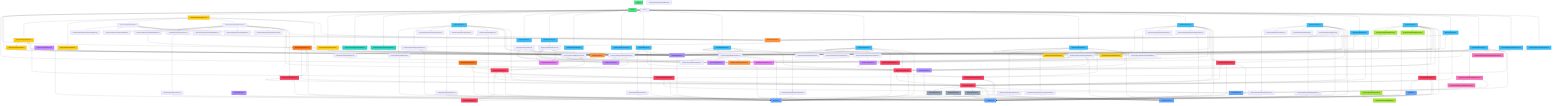
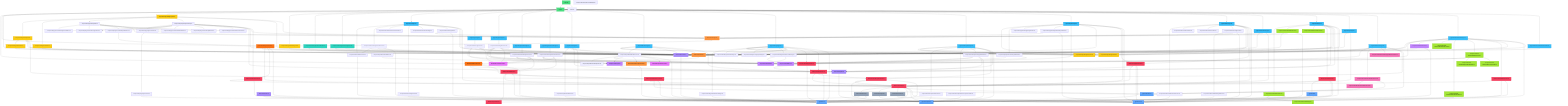
graph TD
    %% Entry Point
    main["main.tsx"]
    app["App.tsx"]

    %% Types
    user["types/user.ts"]
    music["types/music.ts"]
    sub["types/subscription.ts"]
    notifType["types/notification.ts"]
    artistType["types/artist.ts"]

    %% Constants
    routes["lib/constants/routes.ts"]
    plans["lib/constants/plans.ts"]
    roles["lib/constants/roles.ts"]

    %% Context
    authCtx["lib/context/AuthContext.tsx"]
    playerCtx["lib/context/PlayerContext.tsx"]

    %% Hooks
    useAuth["lib/hooks/useAuth.ts"]
    usePlayer["lib/hooks/usePlayer.ts"]
    useSubLimits["lib/hooks/useSubscriptionLimits.ts"]

    %% Services
    storage["lib/services/storage.ts"]
    authSvc["lib/services/authService.ts"]
    userSvc["lib/services/userService.ts"]
    subSvc["lib/services/subscriptionService.ts"]
    streamSvc["lib/services/streamService.ts"]
    playlistSvc["lib/services/playlistService.ts"]
    settingsSvc["lib/services/settingsService.ts"]
    passwordSvc["lib/services/password.ts"]
    notifSvc["lib/services/notificationService.ts"]
    artistSvc["lib/services/artistService.ts"]
+     artistWorkSvc["lib/services/artistWorkService.ts"]

    %% Mock Data
    mockUsers["lib/mockData/users.ts"]
    mockPlans["lib/mockData/plans.ts"]
    mockMusic["lib/mockData/music.ts"]

    %% Validation
    authSchema["lib/validation/authSchemas.ts"]
    profileSchema["lib/validation/profileSchemas.ts"]

    %% Layout Components
    appLayout["components/layout/AppLayout.tsx"]
    authLayout["components/layout/AuthLayout.tsx"]
    topNav["components/layout/TopNav.tsx"]
    sidebar["components/layout/Sidebar.tsx"]
    navItems["components/layout/navItems.ts"]
    pageHeader["components/layout/PageHeader.tsx"]
    pageShell["components/layout/PageShell.tsx"]

    %% Routing Components
    protectedRoute["components/routing/ProtectedRoute.tsx"]
    guestRoute["components/routing/GuestOnlyRoute.tsx"]

    %% UI Components
    button["components/ui/Button.tsx"]
    input["components/ui/Input.tsx"]
    modal["components/ui/Modal.tsx"]
    roleGuard["components/ui/RoleGuard.tsx"]

    %% Auth Components
    loginForm["components/auth/LoginForm.tsx"]
    registerForm["components/auth/RegisterForm.tsx"]
    artistRegForm["components/auth/ArtistRegisterForm.tsx"]
    forgotPwForm["components/auth/ForgotPasswordForm.tsx"]

    %% Home Components
    albumCard["components/home/AlbumCard.tsx"]
    playlistCard["components/home/PlaylistCard.tsx"]
    songRow["components/home/SongRow.tsx"]
    sectionHeading["components/home/SectionHeading.tsx"]
    hScroll["components/home/HorizontalCardScroller.tsx"]
    earlyBanner["components/home/EarlyAccessBanner.tsx"]

    %% Player Components
    playerBar["components/player/PlayerBar.tsx"]
    playerOverlay["components/player/PlayerOverlay.tsx"]
    queuePanel["components/player/QueuePanel.tsx"]
    queueItem["components/player/QueueItem.tsx"]
    playPause["components/player/controls/PlayPauseButton.tsx"]
    progressBar["components/player/controls/ProgressBar.tsx"]
    repeatBtn["components/player/controls/RepeatButton.tsx"]
    shuffleBtn["components/player/controls/ShuffleButton.tsx"]
    skipBtn["components/player/controls/SkipButton.tsx"]
    volCtrl["components/player/controls/VolumeControl.tsx"]

    %% Album Components
    albumCardArchive["components/albums/AlbumCardArchive.tsx"]
    singleCard["components/albums/SingleCard.tsx"]
    searchBar["components/albums/SearchBar.tsx"]
    filterSort["components/albums/FilterSortBar.tsx"]
    addToPlaylist["components/albums/AddToPlaylistMenu.tsx"]

    %% Playlist Components
    createPlaylistModal["components/playlists/CreatePlaylistModal.tsx"]
    emptyPlaylist["components/playlists/EmptyPlaylistState.tsx"]
    playlistExpandable["components/playlists/PlaylistCardExpandable.tsx"]

    %% Profile Components
    profileCard["components/profile/ProfileCard.tsx"]
    editProfileForm["components/profile/EditProfileForm.tsx"]
    avatarUploader["components/profile/AvatarUploader.tsx"]
    followBtn["components/profile/FollowButton.tsx"]

    %% Settings Components
    notifSettings["components/settings/NotificationSettings.tsx"]
    soundSettings["components/settings/SoundSettings.tsx"]
    langSettings["components/settings/LanguageSettings.tsx"]
    deleteDialog["components/settings/DeleteAccountDialog.tsx"]

    %% Subscription Components
    planCard["components/subscription/PlanCard.tsx"]
    planTable["components/subscription/PlanComparisonTable.tsx"]
    upgradeModal["components/subscription/UpgradeModal.tsx"]
    limitBadge["components/subscription/LimitBadge.tsx"]

    %% Notification Components
    notifCard["components/notifications/NotificationCard.tsx"]
    notifList["components/notifications/NotificationList.tsx"]
    notifEmpty["components/notifications/EmptyNotificationsState.tsx"]

    %% Artist Components
    artistHeader["components/artist/ArtistHeader.tsx"]
    verifiedBadge["components/artist/VerifiedBadge.tsx"]
    artistWorks["components/artist/ArtistWorksList.tsx"]
    artistStats["components/artist/ArtistStatsPanel.tsx"]
+ 
+     %% Artist Dashboard Components
+     artistDashStats["components/artist-dashboard/ArtistStatsCards.tsx"]
+     artistDashTable["components/artist-dashboard/ArtistWorksTable.tsx"]
+     workForm["components/artist-dashboard/WorkForm.tsx"]
+     uploadAudio["components/artist-dashboard/UploadAudioMock.tsx"]
+     coverUploader["components/artist-dashboard/CoverUploader.tsx"]

    %% Pages
    homePage["pages/HomePage.tsx"]
    loginPage["pages/LoginPage.tsx"]
    registerPage["pages/RegisterPage.tsx"]
    artistRegPage["pages/RegisterArtistPage.tsx"]
    forgotPwPage["pages/ForgotPasswordPage.tsx"]
    profilePage["pages/ProfilePage.tsx"]
    editProfilePage["pages/EditProfilePage.tsx"]
    settingsPage["pages/SettingsPage.tsx"]
    subPage["pages/SubscriptionPage.tsx"]
    playlistsPage["pages/PlaylistsPage.tsx"]
    albumsPage["pages/AlbumsPage.tsx"]
    albumDetailPage["pages/AlbumDetailPage.tsx"]
    artistPage["pages/ArtistPage.tsx"]
    playerPage["pages/PlayerPage.tsx"]
-     artistDash["pages/ArtistDashboardPlaceholder.tsx"]
+     artistDash["pages/ArtistDashboardPage.tsx"]
    adminDash["pages/AdminDashboardPlaceholder.tsx"]
    notifPage["pages/NotificationsPage.tsx"]

    %% === ENTRY FLOW ===
    main --> app
    main --> indexCss["index.css"]
    app --> authCtx
    app --> playerCtx
    app --> routes
    app --> appLayout
    app --> authLayout
    app --> protectedRoute
    app --> guestRoute
    app --> homePage
    app --> loginPage
    app --> registerPage
    app --> artistRegPage
    app --> forgotPwPage
    app --> profilePage
    app --> editProfilePage
    app --> settingsPage
    app --> subPage
    app --> playlistsPage
    app --> albumsPage
    app --> albumDetailPage
    app --> artistPage
    app --> playerPage
    app --> notifPage
    app --> artistDash
    app --> adminDash

    %% === CONTEXT DEPENDENCIES ===
    authCtx --> authSvc
    authCtx --> userSvc
    authCtx --> notifSvc
    authCtx --> user
    playerCtx --> useAuth
    playerCtx --> storage
    playerCtx --> streamSvc
    playerCtx --> music

    %% === HOOKS ===
    useAuth --> authCtx
    usePlayer --> playerCtx
    useSubLimits --> plans
    useSubLimits --> user

    %% === SERVICE DEPENDENCIES ===
    authSvc --> passwordSvc
    authSvc --> storage
    authSvc --> notifSvc
    authSvc --> user
    userSvc --> storage
    userSvc --> subSvc
    userSvc --> user
    subSvc --> storage
    subSvc --> sub
    subSvc --> user
    streamSvc --> storage
    streamSvc --> user
    playlistSvc --> storage
    playlistSvc --> plans
    playlistSvc --> music
    playlistSvc --> user
    settingsSvc --> userSvc
    settingsSvc --> user
    notifSvc --> storage
    notifSvc --> notifType
    notifSvc --> user
    storage --> mockUsers
    storage --> mockPlans
    storage --> mockMusic
    storage --> user
    storage --> sub
    storage --> music
    storage --> notifType
    mockUsers --> passwordSvc
    mockUsers --> user
    mockPlans --> sub
    mockMusic --> music

    %% === CONSTANTS ===
    plans --> sub
    roles --> user
    routes --> user

    %% === LAYOUT COMPONENTS ===
    appLayout --> topNav
    appLayout --> sidebar
    appLayout --> playerBar
    appLayout --> playerOverlay
    appLayout --> useAuth
    appLayout --> usePlayer
    topNav --> navItems
    topNav --> routes
    topNav --> useAuth
    topNav --> notifSvc
    sidebar --> routes
    authLayout --> routes
    navItems --> routes

    %% === ROUTING ===
    protectedRoute --> routes
    protectedRoute --> useAuth
    guestRoute --> routes
    guestRoute --> useAuth

    %% === UI ===
    roleGuard --> useAuth
    roleGuard --> user

    %% === AUTH FORMS ===
    loginForm --> button
    loginForm --> input
    loginForm --> routes
    loginForm --> useAuth
    loginForm --> authSchema
    registerForm --> button
    registerForm --> input
    registerForm --> modal
    registerForm --> routes
    registerForm --> useAuth
    registerForm --> authSchema
    artistRegForm --> button
    artistRegForm --> input
    artistRegForm --> authSvc
    artistRegForm --> authSchema
    forgotPwForm --> button
    forgotPwForm --> input
    forgotPwForm --> authSvc
    forgotPwForm --> authSchema

    %% === PLAYER ===
    playerBar --> playPause
    playerBar --> progressBar
    playerBar --> repeatBtn
    playerBar --> shuffleBtn
    playerBar --> skipBtn
    playerBar --> volCtrl
    playerBar --> usePlayer
    playerOverlay --> queuePanel
    playerOverlay --> playPause
    playerOverlay --> progressBar
    playerOverlay --> repeatBtn
    playerOverlay --> shuffleBtn
    playerOverlay --> skipBtn
    playerOverlay --> volCtrl
    playerOverlay --> plans
    playerOverlay --> useAuth
    playerOverlay --> usePlayer
    playerOverlay --> streamSvc
    queuePanel --> queueItem
    queuePanel --> usePlayer
    queueItem --> music
    repeatBtn --> playerCtx
    songRow --> usePlayer
    songRow --> music

    %% === HOME ===
    earlyBanner --> albumCard
    earlyBanner --> routes
    earlyBanner --> useAuth
    earlyBanner --> music
    albumCard --> music
    playlistCard --> music

    %% === ALBUMS ===
    singleCard --> addToPlaylist
    singleCard --> usePlayer
    singleCard --> music
    addToPlaylist --> music
    albumCardArchive --> music

    %% === PLAYLISTS ===
    playlistExpandable --> usePlayer
    playlistExpandable --> music
    createPlaylistModal --> button
    createPlaylistModal --> modal

    %% === PROFILE ===
    editProfileForm --> avatarUploader
    editProfileForm --> button
    editProfileForm --> input
    editProfileForm --> useSubLimits
    editProfileForm --> profileSchema
    editProfileForm --> user
    profileCard --> user
    followBtn --> button

    %% === SETTINGS ===
    notifSettings --> user
    deleteDialog --> button
    deleteDialog --> modal

    %% === SUBSCRIPTION ===
    planCard --> sub
    planTable --> sub
    upgradeModal --> button
    upgradeModal --> modal
    upgradeModal --> plans
    upgradeModal --> sub

    %% === NOTIFICATIONS ===
    notifCard --> notifType
    notifList --> notifCard
    notifList --> notifType
    notifPage --> pageHeader
    notifPage --> pageShell
    notifPage --> button
    notifPage --> notifList
    notifPage --> notifEmpty
    notifPage --> useAuth
    notifPage --> notifSvc
    notifPage --> notifType

    %% === ARTIST SYSTEM ===
    artistSvc --> storage
    artistSvc --> artistType
    artistSvc --> user
    artistSvc --> music
    artistType --> user
    artistType --> music
    artistHeader --> verifiedBadge
    artistHeader --> user
    artistWorks --> routes
    artistWorks --> usePlayer
    artistWorks --> music
    artistPage --> artistHeader
    artistPage --> artistWorks
    artistPage --> artistStats
    artistPage --> artistSvc
    artistPage --> plans
    artistPage --> routes
    artistPage --> useAuth
    artistPage --> userSvc
    artistPage --> user
+ 
+     %% === ARTIST DASHBOARD ===
+     artistWorkSvc --> storage
+     artistWorkSvc --> music
+     artistWorkSvc --> user
+     workForm --> button
+     workForm --> input
+     workForm --> uploadAudio
+     workForm --> coverUploader
+     artistDashTable --> music
+     artistDash --> pageHeader
+     artistDash --> pageShell
+     artistDash --> button
+     artistDash --> roleGuard
+     artistDash --> artistDashStats
+     artistDash --> artistDashTable
+     artistDash --> workForm
+     artistDash --> artistWorkSvc
+     artistDash --> useAuth
+     artistDash --> music

    %% === PAGES ===
    homePage --> albumCard
    homePage --> earlyBanner
    homePage --> hScroll
    homePage --> playlistCard
    homePage --> sectionHeading
    homePage --> songRow
    homePage --> routes
    homePage --> useAuth
    homePage --> storage
    loginPage --> loginForm
    registerPage --> registerForm
    artistRegPage --> artistRegForm
    forgotPwPage --> forgotPwForm
    profilePage --> profileCard
    profilePage --> routes
    profilePage --> useAuth
    profilePage --> userSvc
    profilePage --> user
    editProfilePage --> pageHeader
    editProfilePage --> pageShell
    editProfilePage --> editProfileForm
    editProfilePage --> routes
    editProfilePage --> useAuth
    editProfilePage --> userSvc
    settingsPage --> pageHeader
    settingsPage --> pageShell
    settingsPage --> notifSettings
    settingsPage --> soundSettings
    settingsPage --> langSettings
    settingsPage --> deleteDialog
    settingsPage --> routes
    settingsPage --> useAuth
    settingsPage --> settingsSvc
    settingsPage --> userSvc
    settingsPage --> user
    subPage --> pageHeader
    subPage --> pageShell
    subPage --> planCard
    subPage --> planTable
    subPage --> upgradeModal
    subPage --> useAuth
    subPage --> subSvc
    subPage --> userSvc
    subPage --> sub
    playlistsPage --> pageHeader
    playlistsPage --> createPlaylistModal
    playlistsPage --> emptyPlaylist
    playlistsPage --> playlistExpandable
    playlistsPage --> button
    playlistsPage --> useAuth
    playlistsPage --> playlistSvc
    playlistsPage --> storage
    playlistsPage --> music
    albumsPage --> albumCardArchive
    albumsPage --> filterSort
    albumsPage --> searchBar
    albumsPage --> singleCard
    albumsPage --> pageHeader
    albumsPage --> useAuth
    albumsPage --> playlistSvc
    albumsPage --> storage
    albumsPage --> music
    albumDetailPage --> routes
    albumDetailPage --> usePlayer
    albumDetailPage --> storage
    artistPage --> routes
    playerPage --> routes
    playerPage --> usePlayer
    playerPage --> storage
    artistDash --> routes
    adminDash --> routes

    %% === STYLING ===
    classDef entry fill:#4ade80,stroke:#16a34a,color:#000
    classDef type fill:#60a5fa,stroke:#2563eb,color:#000
    classDef constant fill:#a78bfa,stroke:#7c3aed,color:#000
    classDef context fill:#f97316,stroke:#ea580c,color:#000
    classDef hook fill:#fb923c,stroke:#f97316,color:#000
    classDef service fill:#f43f5e,stroke:#e11d48,color:#000
    classDef mock fill:#94a3b8,stroke:#64748b,color:#000
    classDef validation fill:#e879f9,stroke:#c026d3,color:#000
    classDef layout fill:#facc15,stroke:#ca8a04,color:#000
    classDef routing fill:#2dd4bf,stroke:#0d9488,color:#000
    classDef ui fill:#c084fc,stroke:#9333ea,color:#000
    classDef notifComp fill:#f472b6,stroke:#ec4899,color:#000
    classDef artistComp fill:#a3e635,stroke:#65a30d,color:#000
    classDef page fill:#38bdf8,stroke:#0284c7,color:#000

    class main,app entry
    class user,music,sub,notifType,artistType type
    class routes,plans,roles constant
    class authCtx,playerCtx context
    class useAuth,usePlayer,useSubLimits hook
-     class storage,authSvc,userSvc,subSvc,streamSvc,playlistSvc,settingsSvc,passwordSvc,notifSvc,artistSvc service
+     class storage,authSvc,userSvc,subSvc,streamSvc,playlistSvc,settingsSvc,passwordSvc,notifSvc,artistSvc,artistWorkSvc service
    class mockUsers,mockPlans,mockMusic mock
    class authSchema,profileSchema validation
    class appLayout,authLayout,topNav,sidebar,navItems,pageHeader,pageShell layout
    class protectedRoute,guestRoute routing
    class button,input,modal,roleGuard ui
    class notifCard,notifList,notifEmpty notifComp
-     class artistHeader,verifiedBadge,artistWorks,artistStats artistComp
+     class artistHeader,verifiedBadge,artistWorks,artistStats,artistDashStats,artistDashTable,workForm,uploadAudio,coverUploader artistComp
    class homePage,loginPage,registerPage,artistRegPage,forgotPwPage,profilePage,editProfilePage,settingsPage,subPage,playlistsPage,albumsPage,albumDetailPage,artistPage,playerPage,artistDash,adminDash,notifPage page
